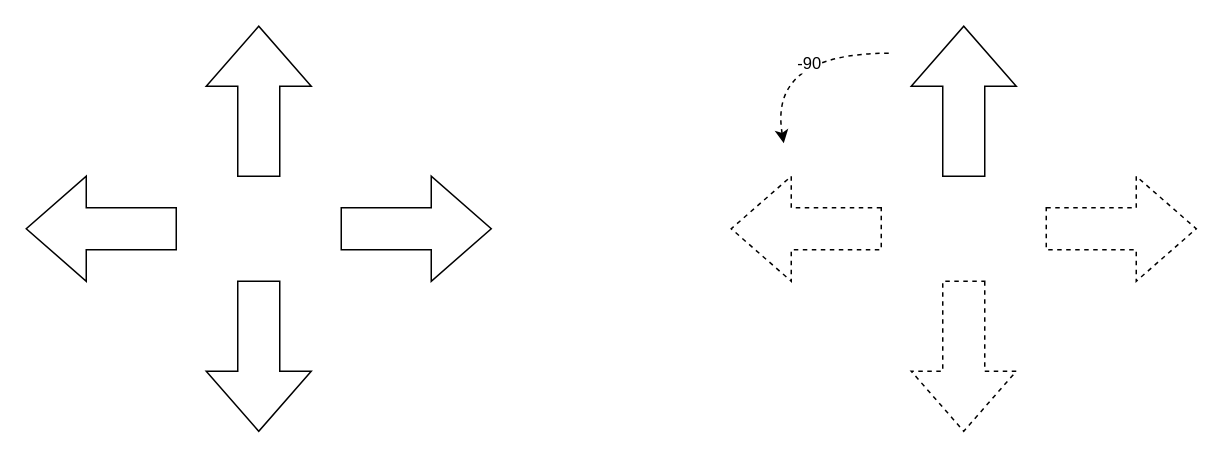
Above: _posts/제목 없는 다이어그램.drawio in hunjuly/hunjuly.github.io (draw.io), before the change. Source tidied: cells renumbered, new cells numbered last; positions are measured from the earlier drawing's top-left corner, leaving out a move shared by most shapes. Both pictures are drawn from the tidied source at 150%, with x=0, y=0 at pixel (26, 26).
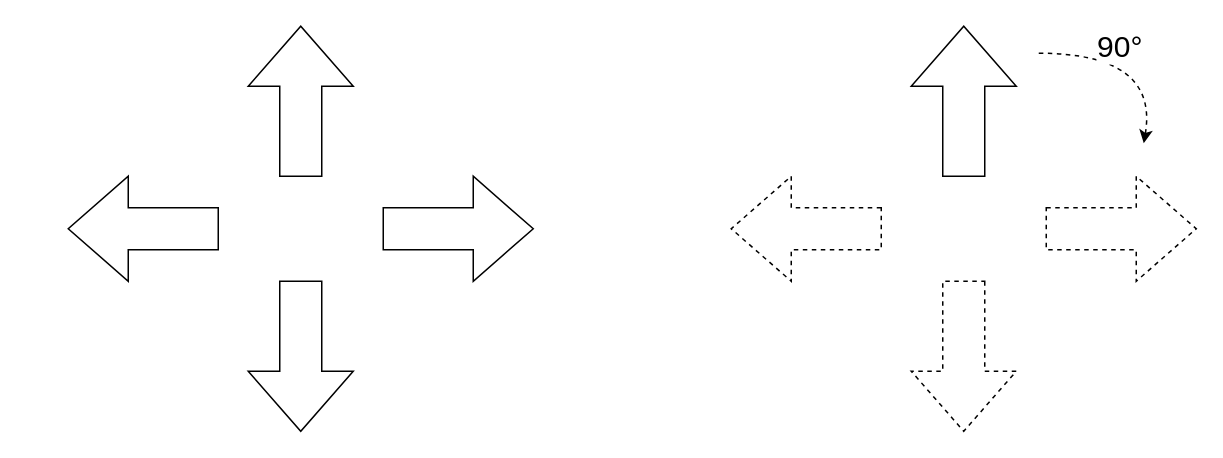
Above is the later version.

Commit message (it also covers changes not shown here):
제목 없는 다이어그램.drawio 업데이트

Change to the diagram source:
```diff
@@
 <mxGraphModel>
   <root>
     <mxCell id="0" />
     <mxCell id="1" parent="0" />
     <mxCell id="2" style="html=1;shadow=0;dashed=0;align=center;verticalAlign=middle;shape=mxgraph.arrows2.arrow;dy=0.6;dx=40;notch=0;" parent="1" vertex="1">
-      <mxGeometry x="210" y="100" width="100" height="70" as="geometry" />
+      <mxGeometry x="238" y="100" width="100" height="70" as="geometry" />
     </mxCell>
     <mxCell id="3" style="html=1;shadow=0;dashed=0;align=center;verticalAlign=middle;shape=mxgraph.arrows2.arrow;dy=0.6;dx=40;flipH=1;notch=0;" parent="1" vertex="1">
-      <mxGeometry y="100" width="100" height="70" as="geometry" />
+      <mxGeometry x="28" y="100" width="100" height="70" as="geometry" />
     </mxCell>
     <mxCell id="4" style="html=1;shadow=0;dashed=0;align=center;verticalAlign=middle;shape=mxgraph.arrows2.arrow;dy=0.6;dx=40;direction=north;notch=0;" parent="1" vertex="1">
-      <mxGeometry x="120" width="70" height="100" as="geometry" />
+      <mxGeometry x="148" width="70" height="100" as="geometry" />
     </mxCell>
     <mxCell id="5" style="html=1;shadow=0;dashed=0;align=center;verticalAlign=middle;shape=mxgraph.arrows2.arrow;dy=0.6;dx=40;direction=south;notch=0;" parent="1" vertex="1">
-      <mxGeometry x="120" y="170" width="70" height="100" as="geometry" />
+      <mxGeometry x="148" y="170" width="70" height="100" as="geometry" />
     </mxCell>
-    <mxCell id="6" style="curved=1;endArrow=classic;html=1;rounded=0;dashed=1;" parent="1" edge="1">
-      <mxGeometry relative="1" as="geometry">
-        <mxPoint x="575" y="18" as="sourcePoint" />
-        <mxPoint x="505" y="78" as="targetPoint" />
-        <Array as="points">
-          <mxPoint x="495" y="18" />
-        </Array>
-      </mxGeometry>
-    </mxCell>
-    <mxCell id="7" value="-90" style="edgeLabel;html=1;align=center;verticalAlign=middle;" parent="6" vertex="1">
-      <mxGeometry x="-0.23" y="6" relative="1" as="geometry" />
-    </mxCell>
     <mxCell id="8" style="html=1;shadow=0;dashed=1;align=center;verticalAlign=middle;shape=mxgraph.arrows2.arrow;dy=0.6;dx=40;notch=0;" parent="1" vertex="1">
       <mxGeometry x="680" y="100" width="100" height="70" as="geometry" />
     </mxCell>
     <mxCell id="9" style="html=1;shadow=0;dashed=1;align=center;verticalAlign=middle;shape=mxgraph.arrows2.arrow;dy=0.6;dx=40;flipH=1;notch=0;" parent="1" vertex="1">
       <mxGeometry x="470" y="100" width="100" height="70" as="geometry" />
     </mxCell>
     <mxCell id="10" style="html=1;shadow=0;dashed=0;align=center;verticalAlign=middle;shape=mxgraph.arrows2.arrow;dy=0.6;dx=40;direction=north;notch=0;" parent="1" vertex="1">
       <mxGeometry x="590" width="70" height="100" as="geometry" />
     </mxCell>
     <mxCell id="11" style="html=1;shadow=0;dashed=1;align=center;verticalAlign=middle;shape=mxgraph.arrows2.arrow;dy=0.6;dx=40;direction=south;notch=0;" parent="1" vertex="1">
       <mxGeometry x="590" y="170" width="70" height="100" as="geometry" />
     </mxCell>
+    <mxCell id="12" style="curved=1;endArrow=classic;html=1;rounded=0;dashed=1;" parent="1" edge="1">
+      <mxGeometry relative="1" as="geometry">
+        <mxPoint x="675" y="18" as="sourcePoint" />
+        <mxPoint x="745" y="78" as="targetPoint" />
+        <Array as="points">
+          <mxPoint x="755" y="18" />
+        </Array>
+      </mxGeometry>
+    </mxCell>
+    <mxCell id="13" value="90°" style="edgeLabel;html=1;align=center;verticalAlign=middle;fontSize=20;" parent="12" vertex="1">
+      <mxGeometry x="-0.23" y="6" relative="1" as="geometry">
+        <mxPoint x="-1" as="offset" />
+      </mxGeometry>
+    </mxCell>
   </root>
 </mxGraphModel>
```
